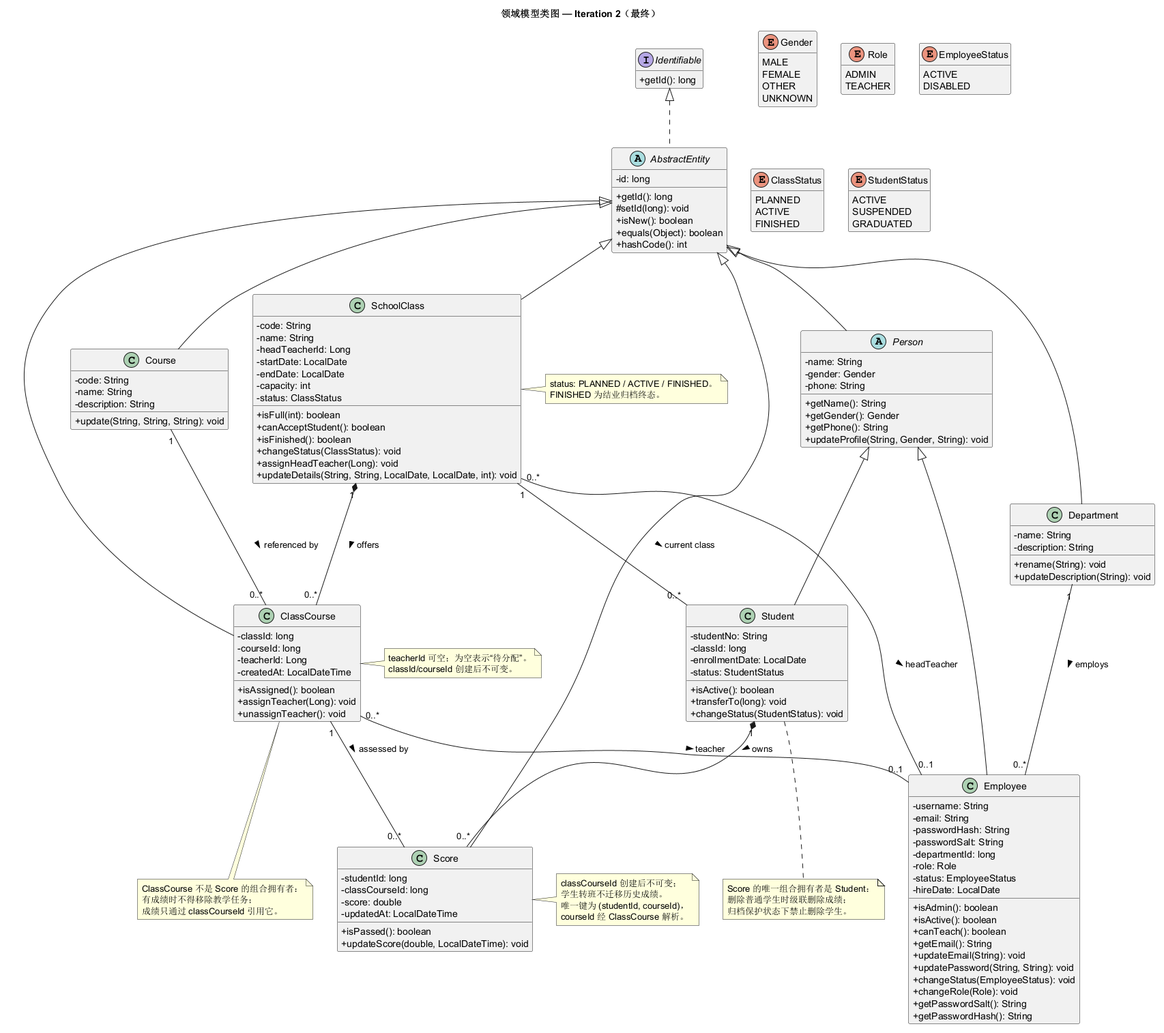
Above: docs/design/iterations/iteration-2/diagrams/png/class-domain-iteration-2.png in 382479637/Black-horse-Intelligent-Learning-Auxiliary-System (PlantUML), before the change. Its diagram source:
```plantuml
@startuml
title 领域模型类图 — Iteration 2（最终）
skinparam classAttributeIconSize 0
hide empty members

interface Identifiable {
  + getId(): long
}

abstract class AbstractEntity implements Identifiable {
  - id: long
  + getId(): long
  # setId(long): void
  + isNew(): boolean
  + equals(Object): boolean
  + hashCode(): int
}

abstract class Person extends AbstractEntity {
  - name: String
  - gender: Gender
  - phone: String
  + getName(): String
  + getGender(): Gender
  + getPhone(): String
  + updateProfile(String, Gender, String): void
}

class Employee extends Person {
  - username: String
  - email: String
  - passwordHash: String
  - passwordSalt: String
  - departmentId: long
  - role: Role
  - status: EmployeeStatus
  - hireDate: LocalDate
  + isAdmin(): boolean
  + isActive(): boolean
  + canTeach(): boolean
  + getEmail(): String
  + updateEmail(String): void
  + updatePassword(String, String): void
  + changeStatus(EmployeeStatus): void
  + changeRole(Role): void
  + getPasswordSalt(): String
  + getPasswordHash(): String
}

class Student extends Person {
  - studentNo: String
  - classId: long
  - enrollmentDate: LocalDate
  - status: StudentStatus
  + isActive(): boolean
  + transferTo(long): void
  + changeStatus(StudentStatus): void
}

class Department extends AbstractEntity {
  - name: String
  - description: String
  + rename(String): void
  + updateDescription(String): void
}

class Course extends AbstractEntity {
  - code: String
  - name: String
  - description: String
  + update(String, String, String): void
}

class SchoolClass extends AbstractEntity {
  - code: String
  - name: String
  - headTeacherId: Long
  - startDate: LocalDate
  - endDate: LocalDate
  - capacity: int
  - status: ClassStatus
  + isFull(int): boolean
  + canAcceptStudent(): boolean
  + isFinished(): boolean
  + changeStatus(ClassStatus): void
  + assignHeadTeacher(Long): void
  + updateDetails(String, String, LocalDate, LocalDate, int): void
}

class ClassCourse extends AbstractEntity {
  - classId: long
  - courseId: long
  - teacherId: Long
  - createdAt: LocalDateTime
  + isAssigned(): boolean
  + assignTeacher(Long): void
  + unassignTeacher(): void
}

class Score extends AbstractEntity {
  - studentId: long
  - classCourseId: long
  - score: double
  - updatedAt: LocalDateTime
  + isPassed(): boolean
  + updateScore(double, LocalDateTime): void
}

enum Gender {
  MALE
  FEMALE
  OTHER
  UNKNOWN
}

enum Role {
  ADMIN
  TEACHER
}

enum EmployeeStatus {
  ACTIVE
  DISABLED
}

enum ClassStatus {
  PLANNED
  ACTIVE
  FINISHED
}

enum StudentStatus {
  ACTIVE
  SUSPENDED
  GRADUATED
}

Department "1" -- "0..*" Employee : employs >
SchoolClass "0..*" -- "0..1" Employee : headTeacher >
ClassCourse "0..*" -- "0..1" Employee : teacher >

SchoolClass "1" *-- "0..*" ClassCourse : offers >
Course "1" -- "0..*" ClassCourse : referenced by >
SchoolClass "1" -- "0..*" Student : current class >
Student "1" *-- "0..*" Score : owns >
ClassCourse "1" -- "0..*" Score : assessed by >

note right of ClassCourse
  teacherId 可空；为空表示“待分配”。
  classId/courseId 创建后不可变。
end note

note right of Score
  classCourseId 创建后不可变；
  学生转班不迁移历史成绩。
  唯一键为 (studentId, courseId)，
  courseId 经 ClassCourse 解析。
end note

note bottom of Student
  Score 的唯一组合拥有者是 Student：
  删除普通学生时级联删除成绩；
  归档保护状态下禁止删除学生。
end note

note bottom of ClassCourse
  ClassCourse 不是 Score 的组合拥有者：
  有成绩时不得移除教学任务；
  成绩只通过 classCourseId 引用它。
end note

note right of SchoolClass
  status: PLANNED / ACTIVE / FINISHED。
  FINISHED 为结业归档终态。
end note

@enduml
```
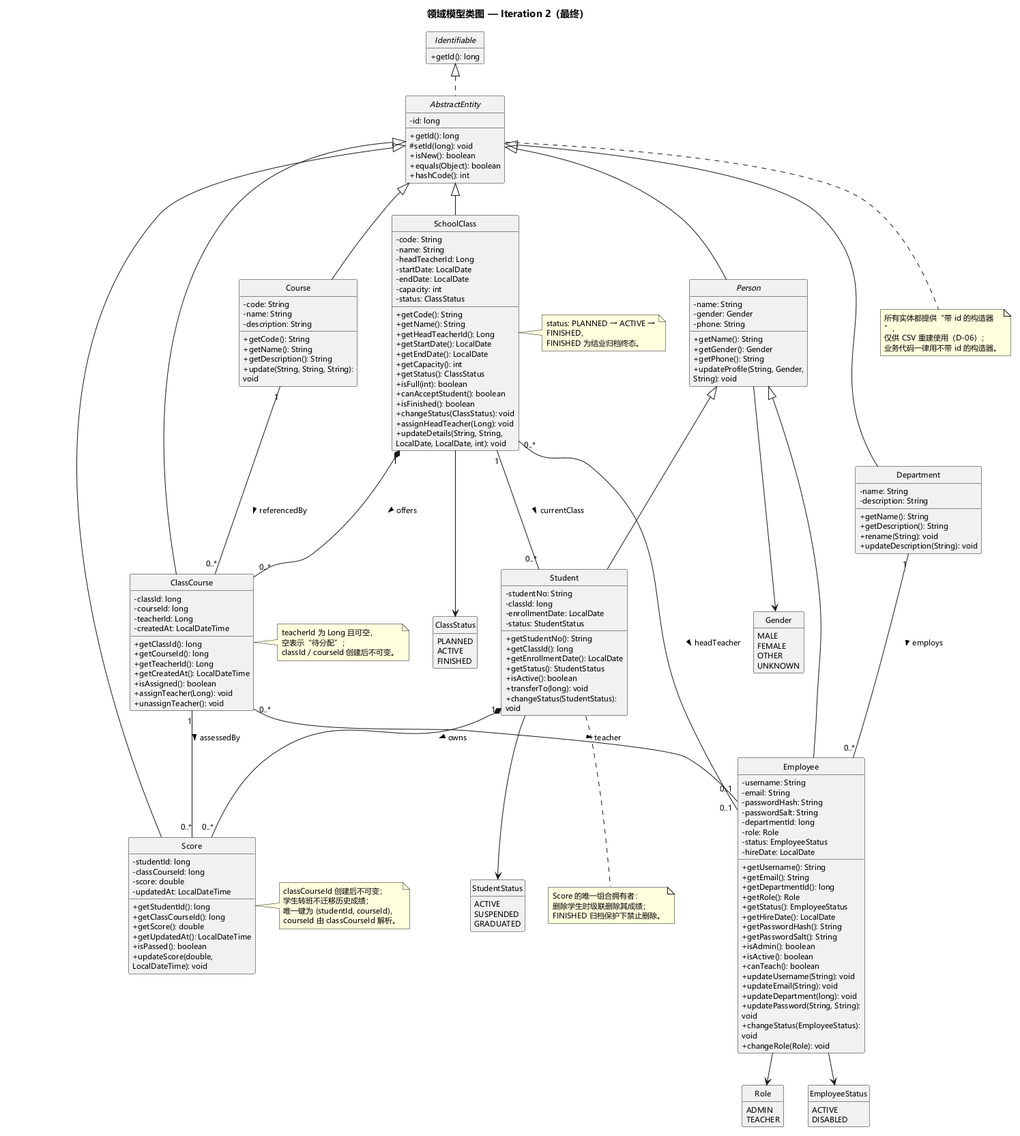
The same diagram one commit later.

Commit message:
Redraw final Iteration-2 class diagrams and use case diagram

What changed in the source:
```diff
@@ -1,7 +1,14 @@
 @startuml
 title 领域模型类图 — Iteration 2（最终）
 skinparam classAttributeIconSize 0
+skinparam defaultFontName "Microsoft YaHei"
+skinparam defaultFontSize 11
+skinparam wrapWidth 180
+skinparam nodesep 35
+skinparam ranksep 45
 hide empty members
+hide circle
+top to bottom direction
 
 interface Identifiable {
   + getId(): long
@@ -35,16 +42,23 @@
   - role: Role
   - status: EmployeeStatus
   - hireDate: LocalDate
+  + getUsername(): String
+  + getEmail(): String
+  + getDepartmentId(): long
+  + getRole(): Role
+  + getStatus(): EmployeeStatus
+  + getHireDate(): LocalDate
+  + getPasswordHash(): String
+  + getPasswordSalt(): String
   + isAdmin(): boolean
   + isActive(): boolean
   + canTeach(): boolean
-  + getEmail(): String
+  + updateUsername(String): void
   + updateEmail(String): void
+  + updateDepartment(long): void
   + updatePassword(String, String): void
   + changeStatus(EmployeeStatus): void
   + changeRole(Role): void
-  + getPasswordSalt(): String
-  + getPasswordHash(): String
 }
 
 class Student extends Person {
@@ -52,6 +66,10 @@
   - classId: long
   - enrollmentDate: LocalDate
   - status: StudentStatus
+  + getStudentNo(): String
+  + getClassId(): long
+  + getEnrollmentDate(): LocalDate
+  + getStatus(): StudentStatus
   + isActive(): boolean
   + transferTo(long): void
   + changeStatus(StudentStatus): void
@@ -60,6 +78,8 @@
 class Department extends AbstractEntity {
   - name: String
   - description: String
+  + getName(): String
+  + getDescription(): String
   + rename(String): void
   + updateDescription(String): void
 }
@@ -68,6 +88,9 @@
   - code: String
   - name: String
   - description: String
+  + getCode(): String
+  + getName(): String
+  + getDescription(): String
   + update(String, String, String): void
 }
 
@@ -79,6 +102,13 @@
   - endDate: LocalDate
   - capacity: int
   - status: ClassStatus
+  + getCode(): String
+  + getName(): String
+  + getHeadTeacherId(): Long
+  + getStartDate(): LocalDate
+  + getEndDate(): LocalDate
+  + getCapacity(): int
+  + getStatus(): ClassStatus
   + isFull(int): boolean
   + canAcceptStudent(): boolean
   + isFinished(): boolean
@@ -92,6 +122,10 @@
   - courseId: long
   - teacherId: Long
   - createdAt: LocalDateTime
+  + getClassId(): long
+  + getCourseId(): long
+  + getTeacherId(): Long
+  + getCreatedAt(): LocalDateTime
   + isAssigned(): boolean
   + assignTeacher(Long): void
   + unassignTeacher(): void
@@ -102,6 +136,10 @@
   - classCourseId: long
   - score: double
   - updatedAt: LocalDateTime
+  + getStudentId(): long
+  + getClassCourseId(): long
+  + getScore(): double
+  + getUpdatedAt(): LocalDateTime
   + isPassed(): boolean
   + updateScore(double, LocalDateTime): void
 }
@@ -140,37 +178,44 @@
 ClassCourse "0..*" -- "0..1" Employee : teacher >
 
 SchoolClass "1" *-- "0..*" ClassCourse : offers >
-Course "1" -- "0..*" ClassCourse : referenced by >
-SchoolClass "1" -- "0..*" Student : current class >
+Course "1" -- "0..*" ClassCourse : referencedBy >
+SchoolClass "1" -- "0..*" Student : currentClass >
 Student "1" *-- "0..*" Score : owns >
-ClassCourse "1" -- "0..*" Score : assessed by >
+ClassCourse "1" -- "0..*" Score : assessedBy >
+
+Employee --> Role
+Employee --> EmployeeStatus
+Person --> Gender
+Student --> StudentStatus
+SchoolClass --> ClassStatus
 
 note right of ClassCourse
-  teacherId 可空；为空表示“待分配”。
-  classId/courseId 创建后不可变。
+  teacherId 为 Long 且可空，
+  空表示“待分配”；
+  classId / courseId 创建后不可变。
 end note
 
 note right of Score
   classCourseId 创建后不可变；
-  学生转班不迁移历史成绩。
+  学生转班不迁移历史成绩；
   唯一键为 (studentId, courseId)，
-  courseId 经 ClassCourse 解析。
+  courseId 由 classCourseId 解析。
 end note
 
 note bottom of Student
-  Score 的唯一组合拥有者是 Student：
-  删除普通学生时级联删除成绩；
-  归档保护状态下禁止删除学生。
+  Score 的唯一组合拥有者：
+  删除学生时级联删除其成绩；
+  FINISHED 归档保护下禁止删除。
 end note
 
-note bottom of ClassCourse
-  ClassCourse 不是 Score 的组合拥有者：
-  有成绩时不得移除教学任务；
-  成绩只通过 classCourseId 引用它。
+note bottom of AbstractEntity
+  所有实体都提供“带 id 的构造器”，
+  仅供 CSV 重建使用（D-06）；
+  业务代码一律用不带 id 的构造器。
 end note
 
 note right of SchoolClass
-  status: PLANNED / ACTIVE / FINISHED。
+  status: PLANNED → ACTIVE → FINISHED，
   FINISHED 为结业归档终态。
 end note
 
```
